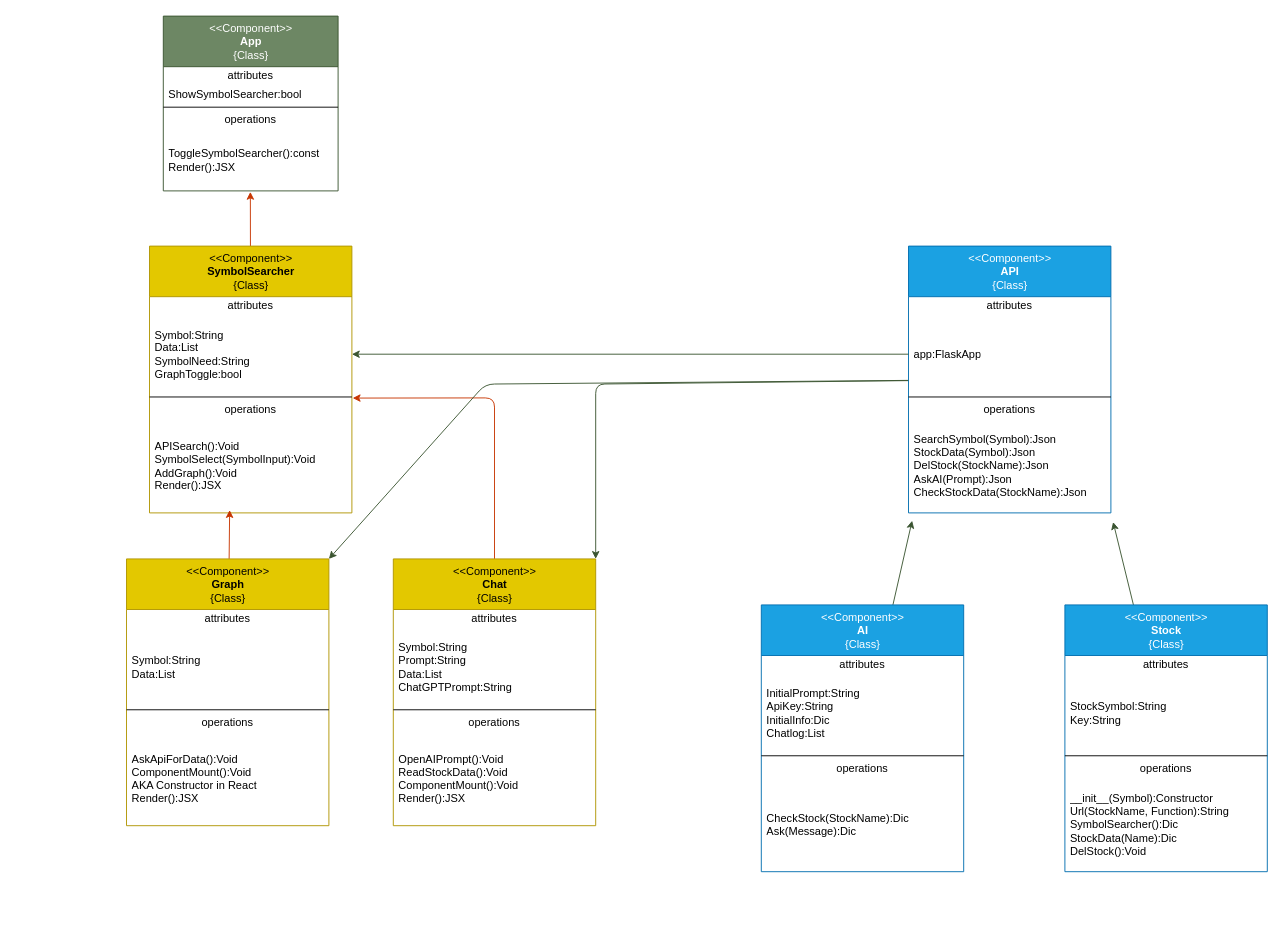
Earlier version of the draw.io diagram tasks/UmlProyecto.drawio (PeDro0210/Ai-Stock-Advaisor). Source tidied: cells renumbered, new cells numbered last; positions are measured from the earlier drawing's top-left corner, leaving out a move shared by most shapes. Both pictures are drawn from the tidied source at 92%, with x=0, y=0 at pixel (126, 16).
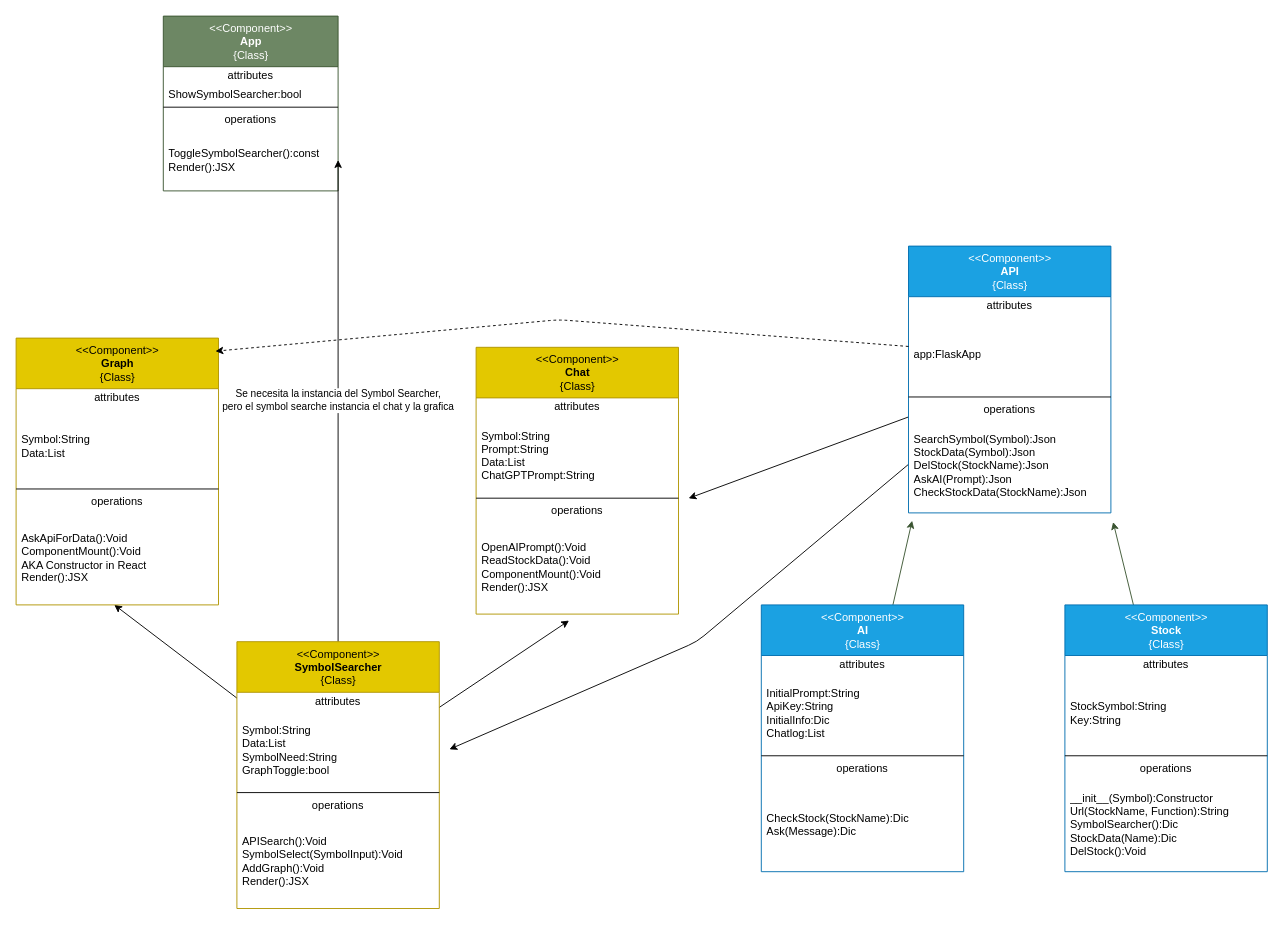
The same diagram, later.

Unchanged cells that the change refers to:
```xml
<mxCell id="7" value="ToggleSymbolSearcher():const&lt;br&gt;Render():JSX" style="text;html=1;strokeColor=none;fillColor=none;align=left;verticalAlign=middle;spacingLeft=4;spacingRight=4;overflow=hidden;points=[[0,0.5],[1,0.5]];portConstraint=eastwest;" parent="2" vertex="1">
  <mxGeometry y="123" width="190" height="67" as="geometry" />
</mxCell>
<mxCell id="11" value="Symbol:String&lt;br&gt;Data:List&lt;br&gt;SymbolNeed:String&lt;br&gt;GraphToggle:bool" style="text;html=1;strokeColor=none;fillColor=none;align=left;verticalAlign=middle;spacingLeft=4;spacingRight=4;overflow=hidden;points=[[0,0.5],[1,0.5]];portConstraint=eastwest;" parent="9" vertex="1">
  <mxGeometry y="75" width="220" height="85" as="geometry" />
</mxCell>
<mxCell id="14" value="APISearch():Void&lt;br&gt;SymbolSelect(SymbolInput):Void&lt;br&gt;AddGraph():Void&amp;nbsp;&lt;br&gt;Render():JSX" style="text;html=1;strokeColor=none;fillColor=none;align=left;verticalAlign=middle;spacingLeft=4;spacingRight=4;overflow=hidden;points=[[0,0.5],[1,0.5]];portConstraint=eastwest;" parent="9" vertex="1">
  <mxGeometry y="188" width="220" height="102" as="geometry" />
</mxCell>
<mxCell id="20" value="operations" style="text;html=1;strokeColor=none;fillColor=none;align=center;verticalAlign=middle;spacingLeft=4;spacingRight=4;overflow=hidden;points=[[0,0.5],[1,0.5]];portConstraint=eastwest;" parent="16" vertex="1">
  <mxGeometry y="168" width="220" height="20" as="geometry" />
</mxCell>
<mxCell id="21" value="OpenAIPrompt():Void&lt;br&gt;ReadStockData():Void&lt;br&gt;ComponentMount():Void&lt;br&gt;Render():JSX" style="text;html=1;strokeColor=none;fillColor=none;align=left;verticalAlign=middle;spacingLeft=4;spacingRight=4;overflow=hidden;points=[[0,0.5],[1,0.5]];portConstraint=eastwest;" parent="16" vertex="1">
  <mxGeometry y="188" width="220" height="102" as="geometry" />
</mxCell>
<mxCell id="28" value="AskApiForData():Void&lt;br&gt;ComponentMount():Void &lt;br&gt;AKA Constructor in React&lt;br&gt;Render():JSX" style="text;html=1;strokeColor=none;fillColor=none;align=left;verticalAlign=middle;spacingLeft=4;spacingRight=4;overflow=hidden;points=[[0,0.5],[1,0.5]];portConstraint=eastwest;" parent="23" vertex="1">
  <mxGeometry y="188" width="220" height="102" as="geometry" />
</mxCell>
<mxCell id="31" value="&amp;lt;&amp;lt;Component&amp;gt;&amp;gt;&lt;br&gt;&lt;b&gt;API&lt;/b&gt;&lt;br&gt;{Class}" style="swimlane;fontStyle=0;align=center;verticalAlign=top;horizontal=1;startSize=55;html=1;fillColor=#1ba1e2;fontColor=#ffffff;strokeColor=#006EAF;" parent="1" vertex="1">
  <mxGeometry x="850" y="250" width="220" height="290" as="geometry" />
</mxCell>
<mxCell id="33" value="app:FlaskApp" style="text;html=1;strokeColor=none;fillColor=none;align=left;verticalAlign=middle;spacingLeft=4;spacingRight=4;overflow=hidden;points=[[0,0.5],[1,0.5]];portConstraint=eastwest;" parent="31" vertex="1">
  <mxGeometry y="75" width="220" height="85" as="geometry" />
</mxCell>
```

The edit, as a diff of the source:
```diff
@@
+    <mxCell id="15" style="edgeStyle=none;html=1;entryX=0.485;entryY=0.999;entryDx=0;entryDy=0;entryPerimeter=0;" parent="1" edge="1" source="9" target="28">
+      <mxGeometry relative="1" as="geometry" />
+    </mxCell>
+    <mxCell id="52" style="edgeStyle=none;html=1;entryX=0.459;entryY=1.069;entryDx=0;entryDy=0;entryPerimeter=0;" parent="1" edge="1" source="9" target="21">
+      <mxGeometry relative="1" as="geometry" />
+    </mxCell>
-    <mxCell id="8" style="edgeStyle=none;html=1;entryX=0.498;entryY=1.016;entryDx=0;entryDy=0;entryPerimeter=0;fillColor=#fa6800;strokeColor=#C73500;" parent="1" edge="1" source="9" target="7">
+    <mxCell id="8" value="Se necesita la instancia del Symbol Searcher,&lt;br&gt;pero el symbol searche instancia el chat y la grafica" style="edgeStyle=none;html=1;entryX=1;entryY=0.5;entryDx=0;entryDy=0;" parent="1" edge="1" source="9" target="7">
       <mxGeometry relative="1" as="geometry" />
     </mxCell>
     <mxCell id="9" value="&amp;lt;&amp;lt;Component&amp;gt;&amp;gt;&lt;br&gt;&lt;b&gt;SymbolSearcher&lt;/b&gt;&lt;br&gt;{Class}" style="swimlane;fontStyle=0;align=center;verticalAlign=top;horizontal=1;startSize=55;html=1;fillColor=#e3c800;fontColor=#000000;strokeColor=#B09500;" parent="1" vertex="1">
-      <mxGeometry x="25" y="250" width="220" height="290" as="geometry" />
+      <mxGeometry x="120" y="680" width="220" height="290" as="geometry" />
     </mxCell>
@@
-    <mxCell id="15" style="edgeStyle=none;html=1;entryX=1.004;entryY=1.061;entryDx=0;entryDy=0;entryPerimeter=0;fillColor=#fa6800;strokeColor=#C73500;" parent="1" edge="1" source="16" target="11">
-      <mxGeometry relative="1" as="geometry">
-        <Array as="points">
-          <mxPoint x="400" y="415" />
-        </Array>
-      </mxGeometry>
-    </mxCell>
     <mxCell id="16" value="&amp;lt;&amp;lt;Component&amp;gt;&amp;gt;&lt;br&gt;&lt;b&gt;Chat&lt;/b&gt;&lt;br&gt;{Class}" style="swimlane;fontStyle=0;align=center;verticalAlign=top;horizontal=1;startSize=55;html=1;fillColor=#e3c800;fontColor=#000000;strokeColor=#B09500;" parent="1" vertex="1">
-      <mxGeometry x="290" y="590" width="220" height="290" as="geometry" />
+      <mxGeometry x="380" y="360" width="220" height="290" as="geometry" />
     </mxCell>
@@
-    <mxCell id="22" style="edgeStyle=none;html=1;entryX=0.396;entryY=0.97;entryDx=0;entryDy=0;entryPerimeter=0;fillColor=#fa6800;strokeColor=#C73500;" parent="1" edge="1" source="23" target="14">
-      <mxGeometry relative="1" as="geometry" />
-    </mxCell>
     <mxCell id="23" value="&amp;lt;&amp;lt;Component&amp;gt;&amp;gt;&lt;br&gt;&lt;b&gt;Graph&lt;/b&gt;&lt;br&gt;{Class}" style="swimlane;fontStyle=0;align=center;verticalAlign=top;horizontal=1;startSize=55;html=1;fillColor=#e3c800;fontColor=#000000;strokeColor=#B09500;" parent="1" vertex="1">
-      <mxGeometry y="590" width="220" height="290" as="geometry" />
+      <mxGeometry x="-120" y="350" width="220" height="290" as="geometry" />
     </mxCell>
@@
-    <mxCell id="29" style="edgeStyle=none;html=1;entryX=1;entryY=0;entryDx=0;entryDy=0;fillColor=#6d8764;strokeColor=#3A5431;" parent="1" edge="1" source="31" target="16">
-      <mxGeometry relative="1" as="geometry">
-        <Array as="points">
-          <mxPoint x="510" y="400" />
-        </Array>
-      </mxGeometry>
-    </mxCell>
-    <mxCell id="30" style="edgeStyle=none;html=1;entryX=1;entryY=0;entryDx=0;entryDy=0;fillColor=#6d8764;strokeColor=#3A5431;" parent="1" edge="1" source="31" target="23">
-      <mxGeometry relative="1" as="geometry">
-        <Array as="points">
-          <mxPoint x="390" y="400" />
-        </Array>
-      </mxGeometry>
-    </mxCell>
+    <mxCell id="53" style="edgeStyle=none;html=1;entryX=1.05;entryY=-0.193;entryDx=0;entryDy=0;entryPerimeter=0;" parent="1" edge="1" source="31" target="20">
+      <mxGeometry relative="1" as="geometry" />
+    </mxCell>
+    <mxCell id="54" style="edgeStyle=none;html=1;entryX=1.05;entryY=0.494;entryDx=0;entryDy=0;entryPerimeter=0;" parent="1" edge="1" source="31" target="11">
+      <mxGeometry relative="1" as="geometry">
+        <Array as="points">
+          <mxPoint x="620" y="680" />
+        </Array>
+      </mxGeometry>
+    </mxCell>
@@
-    <mxCell id="51" style="edgeStyle=none;html=1;fillColor=#6d8764;strokeColor=#3A5431;" parent="1" edge="1" source="33" target="11">
-      <mxGeometry relative="1" as="geometry" />
-    </mxCell>
+    <mxCell id="55" style="edgeStyle=none;html=1;entryX=0.985;entryY=0.049;entryDx=0;entryDy=0;entryPerimeter=0;dashed=1;" parent="1" edge="1" source="33" target="23">
+      <mxGeometry relative="1" as="geometry">
+        <Array as="points">
+          <mxPoint x="470" y="330" />
+        </Array>
+      </mxGeometry>
+    </mxCell>
```
